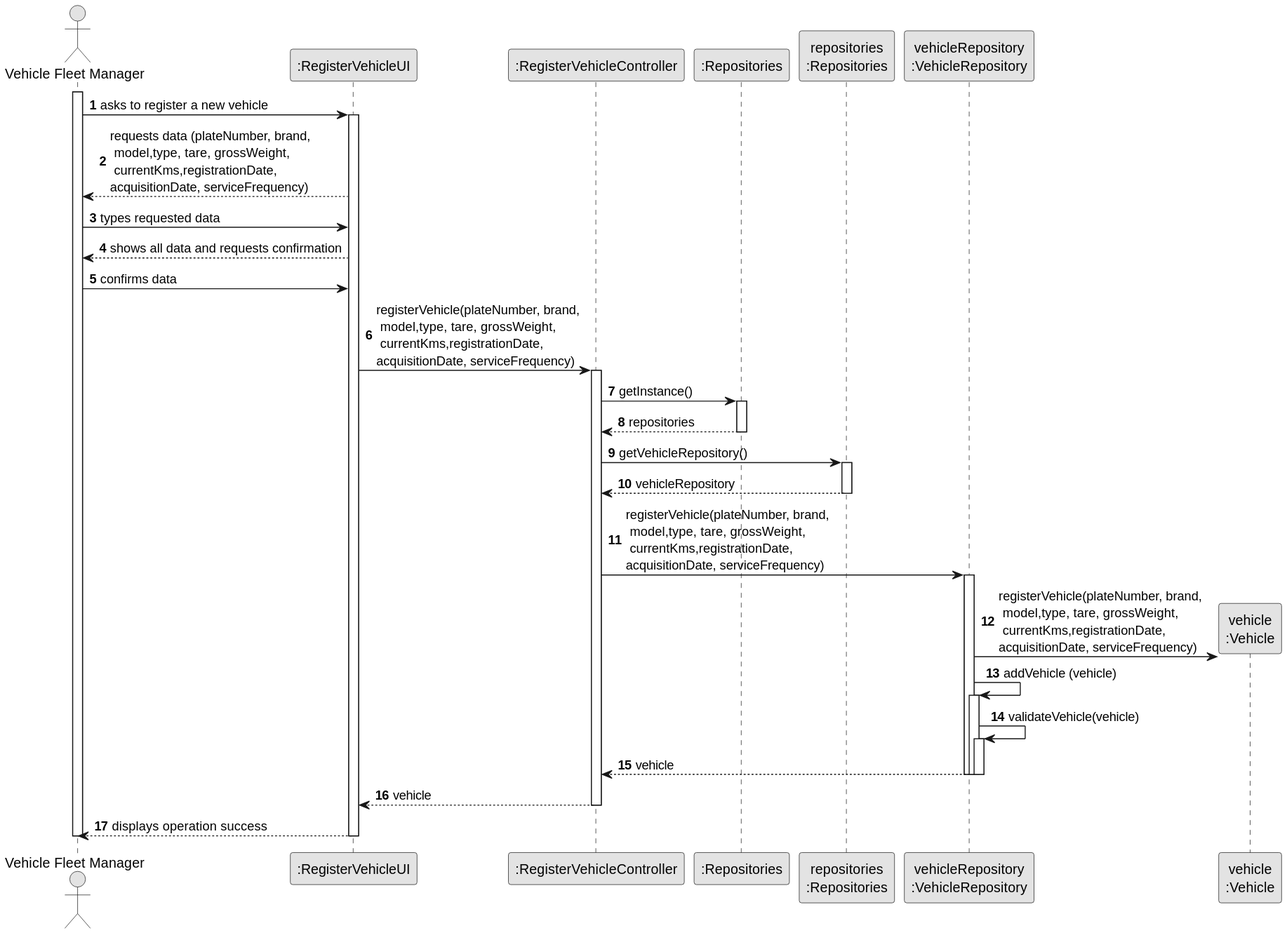
Above: docs/sprintC/us020/03.design/svg/us020-sequence-diagram-full.svg in diogoveirospro/lei-24-s2-1dg-g072 (PlantUML), before the change.
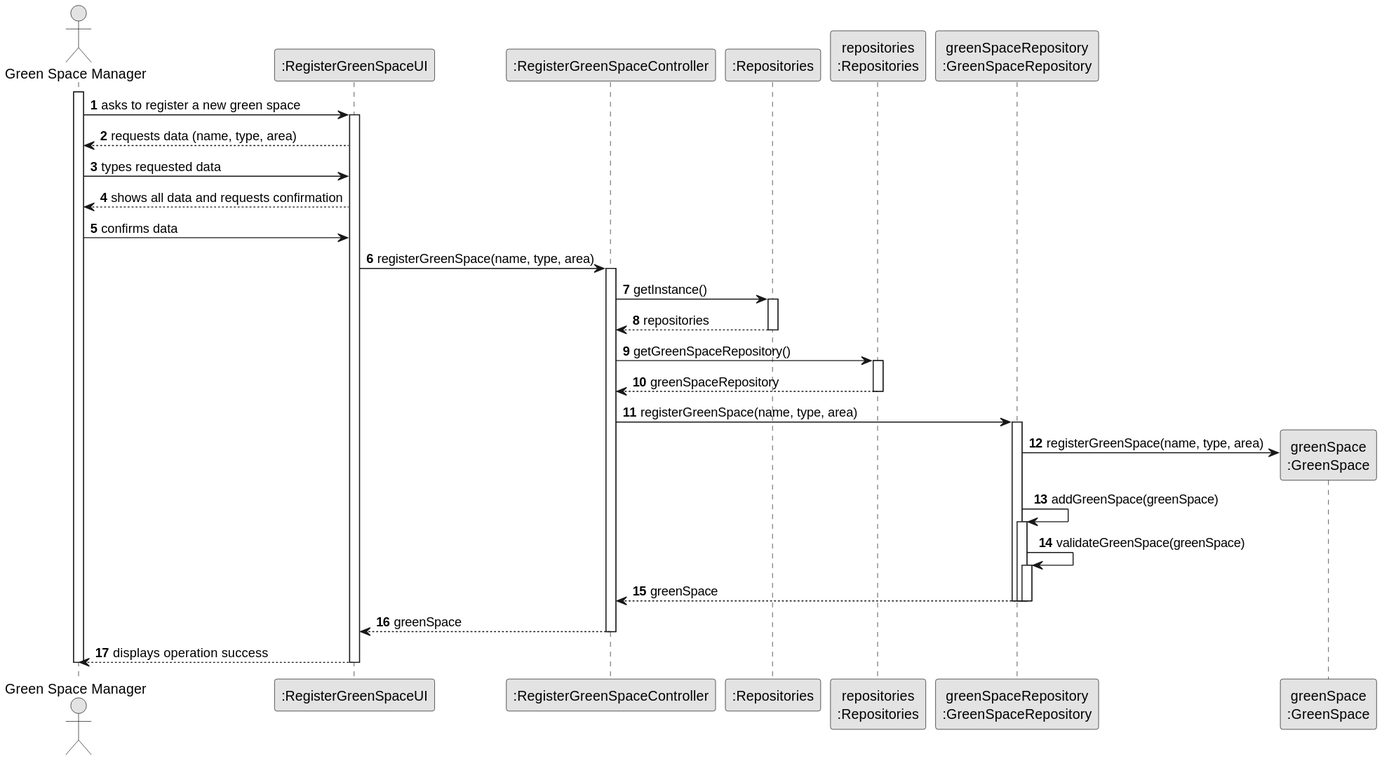
Above is the later version.

Change to the diagram source:
```diff
@@ -5,64 +5,63 @@
 
 autonumber
 
-actor "Vehicle Fleet Manager" as ADM
-participant ":RegisterVehicleUI" as UI
-participant ":RegisterVehicleController" as CTRL
+actor "Green Space Manager" as GSM
+participant ":RegisterGreenSpaceUI" as UI
+participant ":RegisterGreenSpaceController" as CTRL
 participant ":Repositories" as RepositorySingleton
 participant "repositories\n:Repositories" as PLAT
-participant "vehicleRepository\n:VehicleRepository" as vehicleRepository
-participant "vehicle\n:Vehicle" as VEHICLE
+participant "greenSpaceRepository\n:GreenSpaceRepository" as greenSpaceRepository
+participant "greenSpace\n:GreenSpace" as GREENSPACE
 
-activate ADM
+activate GSM
 
-        ADM -> UI : asks to register a new vehicle
+    GSM -> UI : asks to register a new green space
 
-        activate UI
+    activate UI
 
-            UI --> ADM : requests data (plateNumber, brand,\n model,type, tare, grossWeight,\n currentKms,registrationDate,\nacquisitionDate, serviceFrequency)
+        UI --> GSM : requests data (name, type, area)
 
-            ADM -> UI : types requested data
+        GSM -> UI : types requested data
 
-            UI --> ADM : shows all data and requests confirmation
+        UI --> GSM : shows all data and requests confirmation
 
-            ADM -> UI : confirms data
+        GSM -> UI : confirms data
 
-            UI -> CTRL : registerVehicle(plateNumber, brand,\n model,type, tare, grossWeight,\n currentKms,registrationDate,\nacquisitionDate, serviceFrequency)
-            activate CTRL
+        UI -> CTRL : registerGreenSpace(name, type, area)
+        activate CTRL
 
-                CTRL -> RepositorySingleton : getInstance()
-                activate RepositorySingleton
+            CTRL -> RepositorySingleton : getInstance()
+            activate RepositorySingleton
 
-                    RepositorySingleton --> CTRL: repositories
-                deactivate RepositorySingleton
+                RepositorySingleton --> CTRL: repositories
+            deactivate RepositorySingleton
 
-                CTRL -> PLAT : getVehicleRepository()
-                activate PLAT
+            CTRL -> PLAT : getGreenSpaceRepository()
+            activate PLAT
 
-                    PLAT --> CTRL: vehicleRepository
-                deactivate PLAT
+                PLAT --> CTRL: greenSpaceRepository
+            deactivate PLAT
 
-                CTRL -> vehicleRepository : registerVehicle(plateNumber, brand,\n model,type, tare, grossWeight,\n currentKms,registrationDate,\nacquisitionDate, serviceFrequency)
-                activate vehicleRepository
+            CTRL -> greenSpaceRepository : registerGreenSpace(name, type, area)
+            activate greenSpaceRepository
 
-                vehicleRepository -> VEHICLE**: registerVehicle(plateNumber, brand,\n model,type, tare, grossWeight,\n currentKms,registrationDate,\nacquisitionDate, serviceFrequency)
-                vehicleRepository -> vehicleRepository: addVehicle (vehicle)
+                greenSpaceRepository -> GREENSPACE**: registerGreenSpace(name, type, area)
+                greenSpaceRepository -> greenSpaceRepository: addGreenSpace(greenSpace)
 
-                 activate vehicleRepository
-                     vehicleRepository -> vehicleRepository: validateVehicle(vehicle)
-                     activate vehicleRepository
-                                vehicleRepository --> CTRL : vehicle
-                     deactivate vehicleRepository
+                activate greenSpaceRepository
+                    greenSpaceRepository -> greenSpaceRepository: validateGreenSpace(greenSpace)
+                    activate greenSpaceRepository
+                        greenSpaceRepository --> CTRL : greenSpace
+                    deactivate greenSpaceRepository
+                deactivate greenSpaceRepository
 
-                 deactivate vehicleRepository
-                 deactivate vehicleRepository
+            deactivate greenSpaceRepository
 
-                            deactivate vehicleRepository
+        CTRL --> UI: greenSpace
+        deactivate CTRL
 
-            CTRL --> UI: vehicle
-            deactivate CTRL
-            UI --> ADM: displays operation success
+        UI --> GSM: displays operation success
     deactivate UI
 
-deactivate ADM
+deactivate GSM
 @enduml
```
